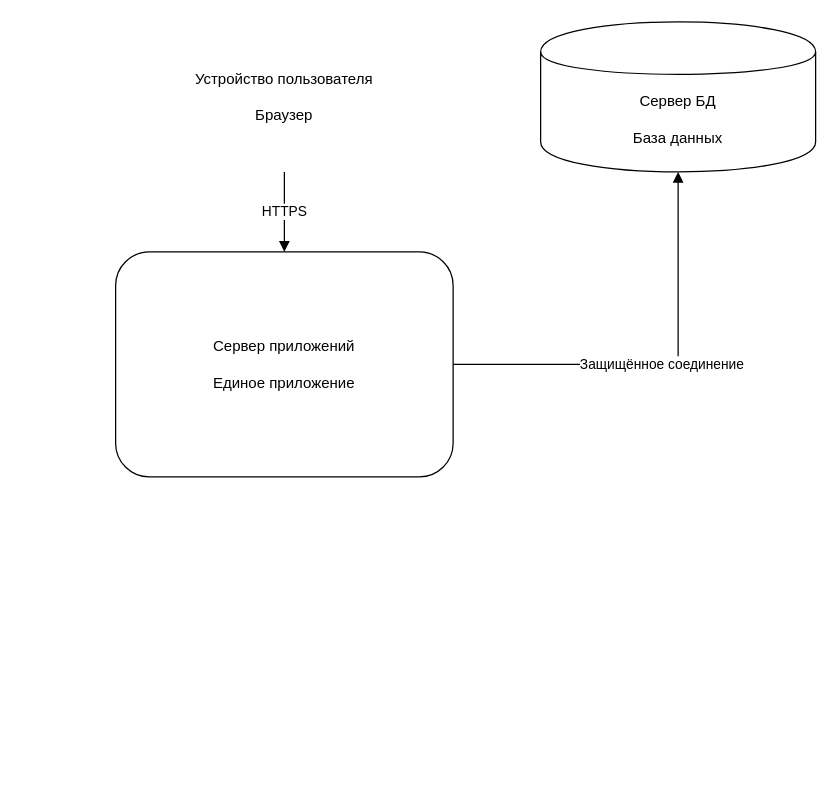
Earlier version of the draw.io diagram page "Диаграмма развёртывания" (6 of 6) of SystemManagementEvents/docs/architecture/Diagrams.drawio (Kart0fanych/SystemManagementEvents). Source tidied: cells renumbered, new cells numbered last; positions are measured from the earlier drawing's top-left corner, leaving out a move shared by most shapes. Both pictures are drawn from the tidied source at 125%, with x=0, y=0 at pixel (115, 21).
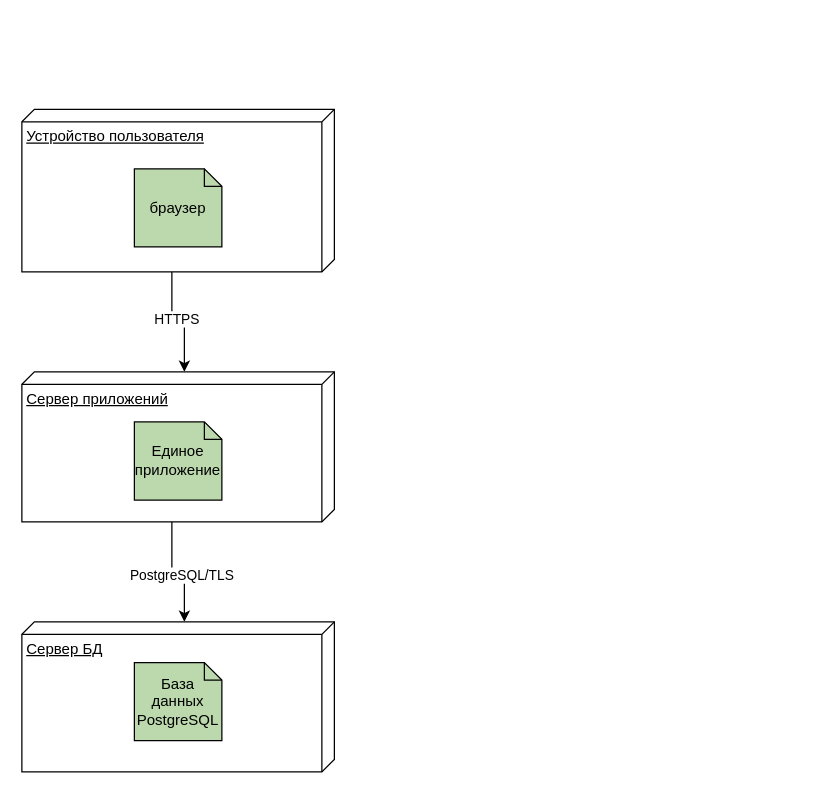
The same page after the edit.

Diff of the diagram source:
```diff
@@
 <mxGraphModel>
   <root>
     <mxCell id="0" />
     <mxCell id="1" parent="0" />
-    <mxCell id="2" value="Устройство пользователя&lt;br&gt;&lt;br&gt;Браузер" style="shape=mxgraph.aws4.resourceIcon;rounded=1;whiteSpace=wrap;html=1;align=center;verticalAlign=middle;" parent="1" vertex="1">
-      <mxGeometry x="25" width="220" height="120" as="geometry" />
-    </mxCell>
-    <mxCell id="3" value="Сервер приложений&lt;br&gt;&lt;br&gt;Единое приложение" style="rounded=1;whiteSpace=wrap;html=1;align=center;verticalAlign=middle;" parent="1" vertex="1">
-      <mxGeometry y="184" width="270" height="180" as="geometry" />
-    </mxCell>
-    <mxCell id="4" value="Сервер БД&lt;br&gt;&lt;br&gt;База данных" style="shape=cylinder;whiteSpace=wrap;html=1;boundedLbl=1;fillOpacity=100;" parent="1" vertex="1">
-      <mxGeometry x="340" width="220" height="120" as="geometry" />
-    </mxCell>
+    <mxCell id="7" value="Устройство пользователя" style="verticalAlign=top;align=left;spacingTop=8;spacingLeft=2;spacingRight=12;shape=cube;size=10;direction=south;fontStyle=4;html=1;whiteSpace=wrap;strokeColor=default;fontFamily=Helvetica;fontSize=12;fontColor=default;fillColor=default;" parent="1" vertex="1">
+      <mxGeometry x="-75" y="70" width="250" height="130" as="geometry" />
+    </mxCell>
+    <mxCell id="8" value="браузер" style="html=1;whiteSpace=wrap;fillColor=#BCD9AE;shape=note;size=14;strokeColor=default;align=center;verticalAlign=middle;fontFamily=Helvetica;fontSize=12;fontColor=default;" parent="1" vertex="1">
+      <mxGeometry x="15" y="117.5" width="70" height="62.5" as="geometry" />
+    </mxCell>
+    <mxCell id="9" value="Сервер приложений" style="verticalAlign=top;align=left;spacingTop=8;spacingLeft=2;spacingRight=12;shape=cube;size=10;direction=south;fontStyle=4;html=1;whiteSpace=wrap;strokeColor=default;fontFamily=Helvetica;fontSize=12;fontColor=default;fillColor=default;" parent="1" vertex="1">
+      <mxGeometry x="-75" y="280" width="250" height="120" as="geometry" />
+    </mxCell>
+    <mxCell id="10" style="edgeStyle=orthogonalEdgeStyle;rounded=0;jettySize=auto;html=1;exitX=0;exitY=0;exitDx=130;exitDy=130;exitPerimeter=0;entryX=0;entryY=0;entryDx=0;entryDy=120;entryPerimeter=0;" parent="1" edge="1" source="7" target="9">
+      <mxGeometry relative="1" as="geometry" />
+    </mxCell>
-    <mxCell id="5" value="HTTPS" style="edgeStyle=orthogonalEdgeStyle;rounded=0;jettySize=auto;html=1;endArrow=block;endFill=1;" parent="1" edge="1" source="2" target="3">
-      <mxGeometry relative="1" as="geometry" />
+    <mxCell id="5" value="HTTPS" style="edgeLabel;html=1;align=center;verticalAlign=middle;" parent="10" vertex="1">
+      <mxGeometry x="-0.04" y="3" relative="1" as="geometry" />
     </mxCell>
-    <mxCell id="6" value="Защищённое соединение" style="edgeStyle=orthogonalEdgeStyle;rounded=0;jettySize=auto;html=1;endArrow=block;endFill=1;" parent="1" edge="1" source="3" target="4">
-      <mxGeometry relative="1" as="geometry" />
-    </mxCell>
+    <mxCell id="11" value="Единое приложение" style="html=1;whiteSpace=wrap;fillColor=#BCD9AE;shape=note;size=14;strokeColor=default;align=center;verticalAlign=middle;fontFamily=Helvetica;fontSize=12;fontColor=default;" parent="1" vertex="1">
+      <mxGeometry x="15" y="320" width="70" height="62.5" as="geometry" />
+    </mxCell>
+    <mxCell id="12" value="Сервер БД" style="verticalAlign=top;align=left;spacingTop=8;spacingLeft=2;spacingRight=12;shape=cube;size=10;direction=south;fontStyle=4;html=1;whiteSpace=wrap;strokeColor=default;fontFamily=Helvetica;fontSize=12;fontColor=default;fillColor=default;" parent="1" vertex="1">
+      <mxGeometry x="-75" y="480" width="250" height="120" as="geometry" />
+    </mxCell>
+    <mxCell id="13" style="edgeStyle=orthogonalEdgeStyle;rounded=0;jettySize=auto;html=1;exitX=0;exitY=0;exitDx=120;exitDy=130;exitPerimeter=0;entryX=0;entryY=0;entryDx=0;entryDy=120;entryPerimeter=0;" parent="1" edge="1" source="9" target="12">
+      <mxGeometry relative="1" as="geometry" />
+    </mxCell>
+    <mxCell id="14" value="PostgreSQL/TLS" style="edgeLabel;html=1;align=center;verticalAlign=middle;" parent="13" vertex="1">
+      <mxGeometry x="0.04" y="-2" relative="1" as="geometry" />
+    </mxCell>
+    <mxCell id="15" value="База данных PostgreSQL" style="html=1;whiteSpace=wrap;fillColor=#BCD9AE;shape=note;size=14;strokeColor=default;align=center;verticalAlign=middle;fontFamily=Helvetica;fontSize=12;fontColor=default;" parent="1" vertex="1">
+      <mxGeometry x="15" y="512.5" width="70" height="62.5" as="geometry" />
+    </mxCell>
   </root>
 </mxGraphModel>
```
